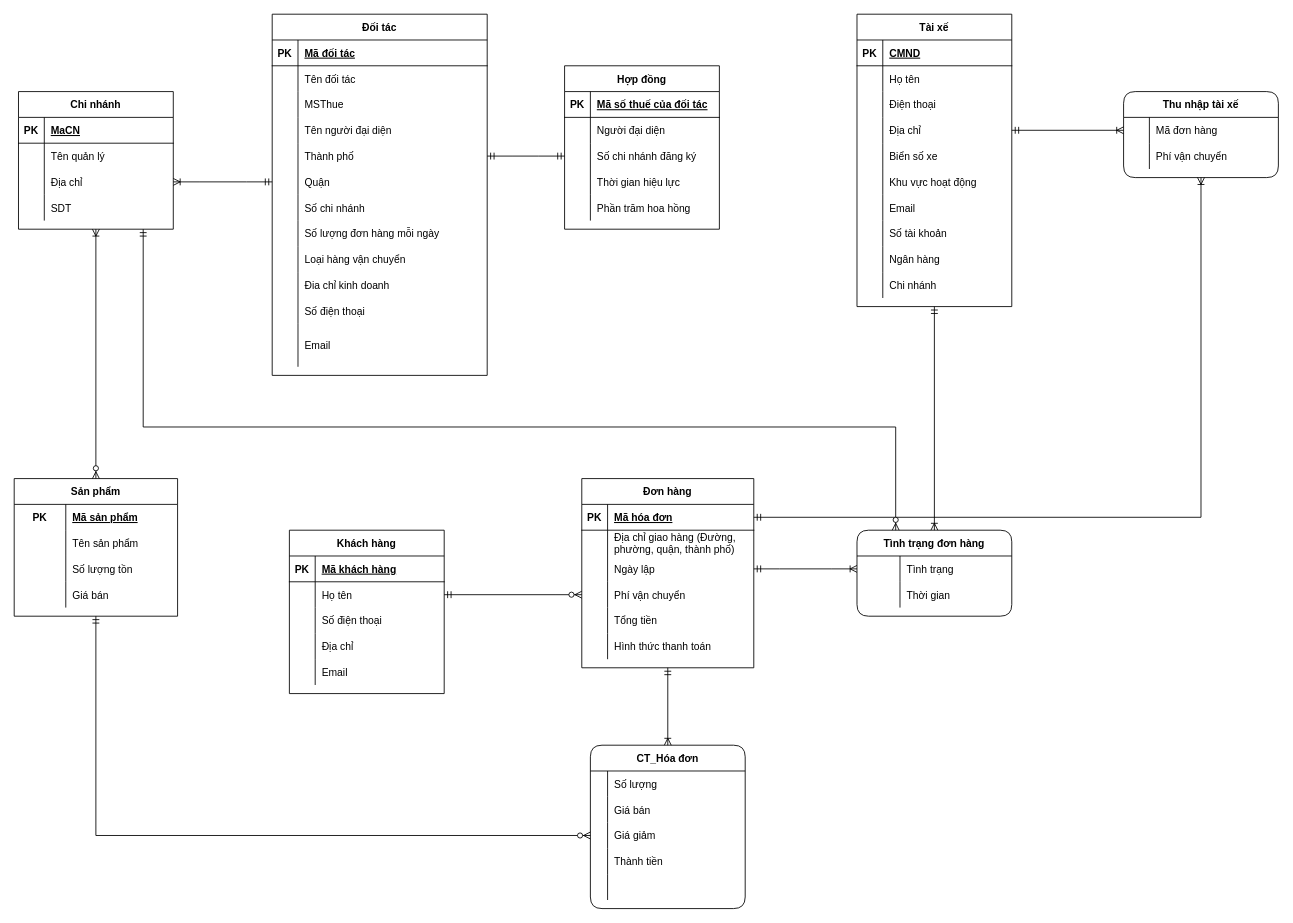
Earlier version of the draw.io diagram HQT-CSDL.drawio (tranngoclam16/HQT-CSDL). Source tidied: cells renumbered, new cells numbered last; positions are measured from the earlier drawing's top-left corner, leaving out a move shared by most shapes. Both pictures are drawn from the tidied source at 86%, with x=0, y=0 at pixel (14, 14).
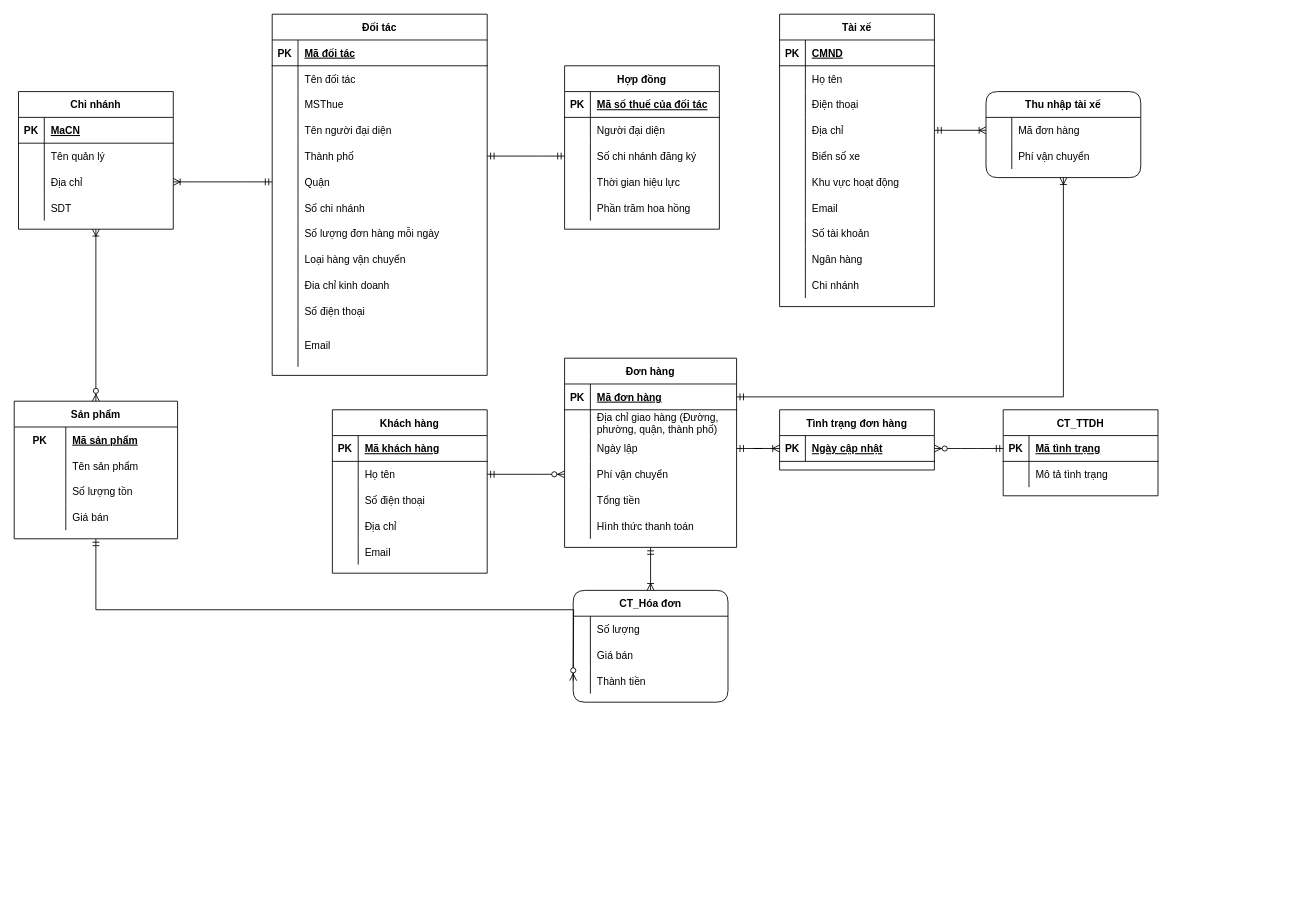
The same page after the edit.

Unchanged cells that the change refers to:
```xml
<mxCell id="100" style="shape=partialRectangle;fillColor=none;top=0;left=0;bottom=1;right=0;points=[[0,0.5],[1,0.5]];portConstraint=eastwest;" parent="99" vertex="1">
  <mxGeometry y="30" width="200" height="30" as="geometry" />
</mxCell>
<mxCell id="106" style="shape=partialRectangle;fillColor=none;top=0;left=0;bottom=0;right=0;points=[[0,0.5],[1,0.5]];portConstraint=eastwest;" parent="99" vertex="1">
  <mxGeometry y="90" width="200" height="30" as="geometry" />
</mxCell>
```

The edit, as a diff of the source:
```diff
@@
     <mxCell id="2" value="Tài xế" style="shape=table;startSize=30;childLayout=tableLayout;rowLines=0;fontStyle=1;align=center;" parent="1" vertex="1">
-      <mxGeometry x="980" width="180" height="340" as="geometry" />
+      <mxGeometry x="890" width="180" height="340" as="geometry" />
     </mxCell>
@@
     <mxCell id="86" value="Sản phẩm" style="shape=table;startSize=30;childLayout=tableLayout;rowLines=0;fontStyle=1;align=center;rounded=0;sketch=0;shadow=0;" parent="1" vertex="1">
-      <mxGeometry y="540" width="190" height="160" as="geometry" />
+      <mxGeometry y="450" width="190" height="160" as="geometry" />
     </mxCell>
@@
     <mxCell id="99" value="Đơn hàng" style="shape=table;startSize=30;childLayout=tableLayout;rowLines=0;fontStyle=1;align=center;" parent="1" vertex="1">
-      <mxGeometry x="660" y="540" width="200" height="220" as="geometry" />
+      <mxGeometry x="640" y="400" width="200" height="220" as="geometry" />
     </mxCell>
@@
-    <mxCell id="102" value="Mã hóa đơn" style="shape=partialRectangle;fillColor=none;top=0;left=0;bottom=0;right=0;align=left;spacingLeft=6;fontStyle=5;overflow=hidden;" parent="100" vertex="1">
+    <mxCell id="102" value="Mã đơn hàng" style="shape=partialRectangle;fillColor=none;top=0;left=0;bottom=0;right=0;align=left;spacingLeft=6;fontStyle=5;overflow=hidden;" parent="100" vertex="1">
       <mxGeometry x="30" width="170" height="30" as="geometry" />
     </mxCell>
@@
     <mxCell id="118" value="Khách hàng" style="shape=table;startSize=30;childLayout=tableLayout;rowLines=0;fontStyle=1;align=center;" parent="1" vertex="1">
-      <mxGeometry x="320" y="600" width="180" height="190" as="geometry" />
+      <mxGeometry x="370" y="460" width="180" height="190" as="geometry" />
     </mxCell>
@@
     <mxCell id="134" value="CT_Hóa đơn" style="shape=table;startSize=30;childLayout=tableLayout;rowLines=0;fontStyle=1;align=center;rounded=1;" parent="1" vertex="1">
-      <mxGeometry x="670" y="850" width="180" height="190" as="geometry" />
+      <mxGeometry x="650" y="670" width="180" height="130" as="geometry" />
     </mxCell>
@@
-    <mxCell id="141" style="shape=partialRectangle;fillColor=none;top=0;left=0;bottom=0;right=0;points=[[0,0.5],[1,0.5]];portConstraint=eastwest;" parent="134" vertex="1">
-      <mxGeometry y="90" width="180" height="30" as="geometry" />
-    </mxCell>
-    <mxCell id="142" style="shape=partialRectangle;fillColor=none;top=0;left=0;bottom=0;right=0;overflow=hidden;" parent="141" vertex="1">
-      <mxGeometry width="20" height="30" as="geometry" />
-    </mxCell>
-    <mxCell id="143" value="Giá giảm" style="shape=partialRectangle;fillColor=none;top=0;left=0;bottom=0;right=0;align=left;spacingLeft=6;overflow=hidden;" parent="141" vertex="1">
-      <mxGeometry x="20" width="160" height="30" as="geometry" />
-    </mxCell>
     <mxCell id="144" style="shape=partialRectangle;fillColor=none;top=0;left=0;bottom=0;right=0;" parent="134" vertex="1">
-      <mxGeometry y="120" width="180" height="30" as="geometry" />
+      <mxGeometry y="90" width="180" height="30" as="geometry" />
     </mxCell>
@@
-    <mxCell id="147" style="shape=partialRectangle;fillColor=none;top=0;left=0;bottom=0;right=0;" parent="134" vertex="1">
-      <mxGeometry y="150" width="180" height="30" as="geometry" />
-    </mxCell>
-    <mxCell id="148" style="shape=partialRectangle;fillColor=none;top=0;left=0;bottom=0;right=0;fontStyle=1;overflow=hidden;" parent="147" vertex="1">
-      <mxGeometry width="20" height="30" as="geometry" />
-    </mxCell>
-    <mxCell id="149" style="shape=partialRectangle;fillColor=none;top=0;left=0;bottom=0;right=0;align=left;spacingLeft=6;fontStyle=5;overflow=hidden;" parent="147" vertex="1">
-      <mxGeometry x="20" width="160" height="30" as="geometry" />
-    </mxCell>
-    <mxCell id="150" value="Tình trạng đơn hàng" style="shape=table;startSize=30;childLayout=tableLayout;rowLines=0;fontStyle=1;align=center;rounded=1;" parent="1" vertex="1">
-      <mxGeometry x="980" y="600" width="180" height="100" as="geometry" />
-    </mxCell>
-    <mxCell id="151" style="shape=partialRectangle;fillColor=none;top=0;left=0;bottom=0;right=0;points=[[0,0.5],[1,0.5]];portConstraint=eastwest;" parent="150" vertex="1">
-      <mxGeometry y="30" width="180" height="30" as="geometry" />
-    </mxCell>
-    <mxCell id="152" style="shape=partialRectangle;fillColor=none;top=0;left=0;bottom=0;right=0;overflow=hidden;" parent="151" vertex="1">
-      <mxGeometry width="50" height="30" as="geometry" />
-    </mxCell>
-    <mxCell id="153" value="Tình trạng" style="shape=partialRectangle;fillColor=none;top=0;left=0;bottom=0;right=0;align=left;spacingLeft=6;overflow=hidden;" parent="151" vertex="1">
-      <mxGeometry x="50" width="130" height="30" as="geometry" />
-    </mxCell>
-    <mxCell id="154" style="shape=partialRectangle;fillColor=none;top=0;left=0;bottom=0;right=0;" parent="150" vertex="1">
-      <mxGeometry y="60" width="180" height="30" as="geometry" />
-    </mxCell>
-    <mxCell id="155" style="shape=partialRectangle;fillColor=none;top=0;left=0;bottom=0;right=0;overflow=hidden;" parent="154" vertex="1">
-      <mxGeometry width="50" height="30" as="geometry" />
-    </mxCell>
-    <mxCell id="156" value="Thời gian" style="shape=partialRectangle;fillColor=none;top=0;left=0;bottom=0;right=0;align=left;spacingLeft=6;overflow=hidden;" parent="154" vertex="1">
-      <mxGeometry x="50" width="130" height="30" as="geometry" />
-    </mxCell>
     <mxCell id="157" value="Thu nhập tài xế" style="shape=table;startSize=30;childLayout=tableLayout;rowLines=0;fontStyle=1;align=center;rounded=1;" parent="1" vertex="1">
-      <mxGeometry x="1290" y="90" width="180" height="100" as="geometry" />
+      <mxGeometry x="1130" y="90" width="180" height="100" as="geometry" />
     </mxCell>
@@
-    <mxCell id="168" style="fontSize=12;html=1;endArrow=ERoneToMany;startArrow=ERmandOne;rounded=0;exitX=1;exitY=0.5;exitDx=0;exitDy=0;entryX=0;entryY=0.5;entryDx=0;entryDy=0;edgeStyle=entityRelationEdgeStyle;" parent="1" edge="1" source="106" target="151">
+    <mxCell id="168" style="fontSize=12;html=1;endArrow=ERoneToMany;startArrow=ERmandOne;rounded=0;exitX=1;exitY=0.5;exitDx=0;exitDy=0;entryX=0;entryY=0.5;entryDx=0;entryDy=0;edgeStyle=entityRelationEdgeStyle;" parent="1" edge="1" source="106" target="188">
       <mxGeometry relative="1" as="geometry" />
     </mxCell>
@@
-    <mxCell id="170" style="fontSize=12;html=1;endArrow=ERoneToMany;startArrow=ERmandOne;rounded=0;exitX=0.5;exitY=1;exitDx=0;exitDy=0;entryX=0.5;entryY=0;entryDx=0;entryDy=0;" parent="1" edge="1" source="2" target="150">
-      <mxGeometry relative="1" as="geometry" />
-    </mxCell>
@@
-    <mxCell id="185" style="edgeStyle=orthogonalEdgeStyle;fontSize=12;html=1;endArrow=ERzeroToMany;startArrow=ERmandOne;rounded=0;exitX=0.5;exitY=1;exitDx=0;exitDy=0;entryX=0;entryY=0.5;entryDx=0;entryDy=0;" parent="1" edge="1" source="86" target="141">
-      <mxGeometry relative="1" as="geometry" />
+    <mxCell id="185" style="edgeStyle=orthogonalEdgeStyle;fontSize=12;html=1;endArrow=ERzeroToMany;startArrow=ERmandOne;rounded=0;exitX=0.5;exitY=1;exitDx=0;exitDy=0;entryX=0;entryY=0.5;entryDx=0;entryDy=0;" parent="1" edge="1" source="86">
+      <mxGeometry relative="1" as="geometry">
+        <mxPoint x="650" y="775" as="targetPoint" />
+      </mxGeometry>
     </mxCell>
@@
-    <mxCell id="187" style="edgeStyle=orthogonalEdgeStyle;fontSize=12;html=1;endArrow=ERmandOne;startArrow=ERzeroToMany;rounded=0;exitX=0.25;exitY=0;exitDx=0;exitDy=0;endFill=0;" parent="1" edge="1" source="150">
-      <mxGeometry relative="1" as="geometry">
-        <mxPoint x="150" y="250" as="targetPoint" />
-        <Array as="points">
-          <mxPoint x="1025" y="480" />
-          <mxPoint x="150" y="480" />
-        </Array>
-      </mxGeometry>
-    </mxCell>
+    <mxCell id="150" value="Tình trạng đơn hàng" style="shape=table;startSize=30;childLayout=tableLayout;rowLines=0;fontStyle=1;align=center;" parent="1" vertex="1">
+      <mxGeometry x="890" y="460" width="180" height="70" as="geometry" />
+    </mxCell>
+    <mxCell id="188" style="shape=partialRectangle;fillColor=none;top=0;left=0;bottom=1;right=0;points=[[0,0.5],[1,0.5]];portConstraint=eastwest;" parent="150" vertex="1">
+      <mxGeometry y="30" width="180" height="30" as="geometry" />
+    </mxCell>
+    <mxCell id="189" value="PK" style="shape=partialRectangle;fillColor=none;top=0;left=0;bottom=0;right=0;fontStyle=1;overflow=hidden;" parent="188" vertex="1">
+      <mxGeometry width="30" height="30" as="geometry" />
+    </mxCell>
+    <mxCell id="190" value="Ngày cập nhật" style="shape=partialRectangle;fillColor=none;top=0;left=0;bottom=0;right=0;align=left;spacingLeft=6;fontStyle=5;overflow=hidden;" parent="188" vertex="1">
+      <mxGeometry x="30" width="150" height="30" as="geometry" />
+    </mxCell>
+    <mxCell id="191" value="CT_TTDH" style="shape=table;startSize=30;childLayout=tableLayout;rowLines=0;fontStyle=1;align=center;" parent="1" vertex="1">
+      <mxGeometry x="1150" y="460" width="180" height="100" as="geometry" />
+    </mxCell>
+    <mxCell id="192" style="shape=partialRectangle;fillColor=none;top=0;left=0;bottom=1;right=0;points=[[0,0.5],[1,0.5]];portConstraint=eastwest;" parent="191" vertex="1">
+      <mxGeometry y="30" width="180" height="30" as="geometry" />
+    </mxCell>
+    <mxCell id="193" value="PK" style="shape=partialRectangle;fillColor=none;top=0;left=0;bottom=0;right=0;fontStyle=1;overflow=hidden;" parent="192" vertex="1">
+      <mxGeometry width="30" height="30" as="geometry" />
+    </mxCell>
+    <mxCell id="194" value="Mã tình trạng" style="shape=partialRectangle;fillColor=none;top=0;left=0;bottom=0;right=0;align=left;spacingLeft=6;fontStyle=5;overflow=hidden;" parent="192" vertex="1">
+      <mxGeometry x="30" width="150" height="30" as="geometry" />
+    </mxCell>
+    <mxCell id="154" style="shape=partialRectangle;fillColor=none;top=0;left=0;bottom=0;right=0;" parent="191" vertex="1">
+      <mxGeometry y="60" width="180" height="30" as="geometry" />
+    </mxCell>
+    <mxCell id="195" style="shape=partialRectangle;fillColor=none;top=0;left=0;bottom=0;right=0;overflow=hidden;" parent="154" vertex="1">
+      <mxGeometry width="30" height="30" as="geometry" />
+    </mxCell>
+    <mxCell id="196" value="Mô tả tình trạng" style="shape=partialRectangle;fillColor=none;top=0;left=0;bottom=0;right=0;align=left;spacingLeft=6;overflow=hidden;" parent="154" vertex="1">
+      <mxGeometry x="30" width="150" height="30" as="geometry" />
+    </mxCell>
+    <mxCell id="197" style="edgeStyle=entityRelationEdgeStyle;fontSize=12;html=1;endArrow=ERzeroToMany;startArrow=ERmandOne;rounded=0;entryX=1;entryY=0.5;entryDx=0;entryDy=0;exitX=0;exitY=0.5;exitDx=0;exitDy=0;" parent="1" edge="1" source="192" target="188">
+      <mxGeometry relative="1" as="geometry" />
+    </mxCell>
```
